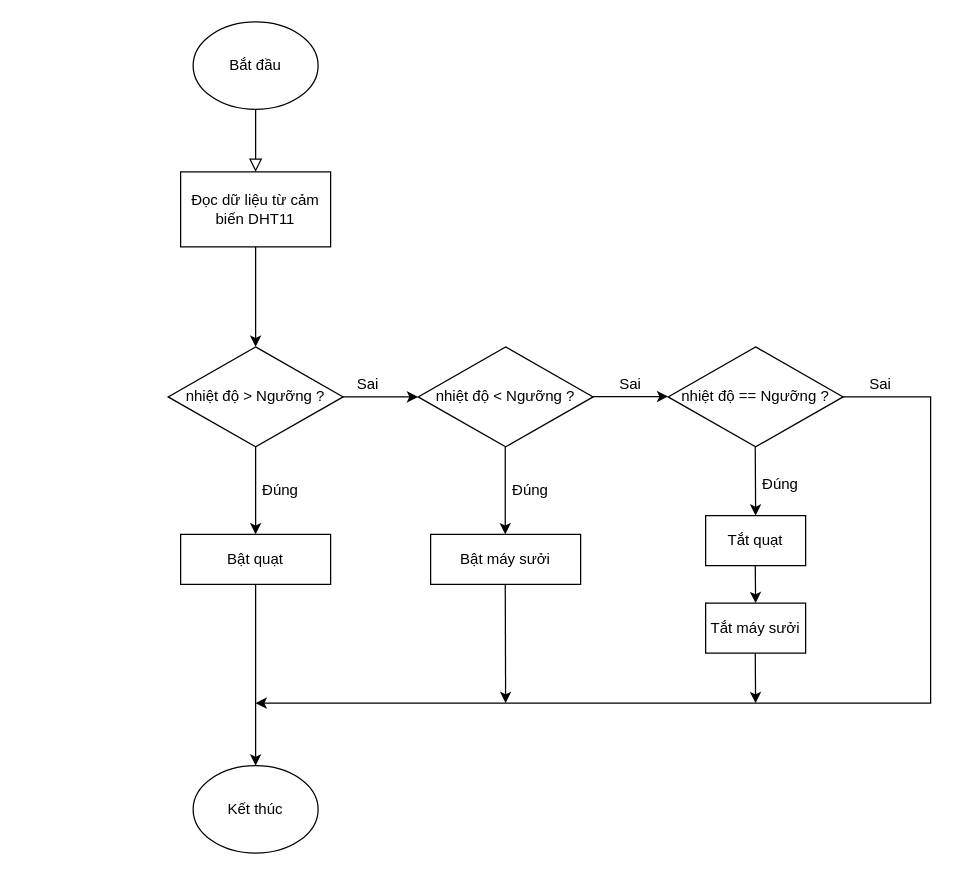
The draw.io diagram block_diagram/flowchart_dknhietdochuong.drawio in imvietp/Final_Thesis, before the edit. Source tidied: cells renumbered, new cells numbered last; positions are measured from the earlier drawing's top-left corner, leaving out a move shared by most shapes. Both pictures are drawn from the tidied source at 125%, with x=0, y=0 at pixel (168, 21).
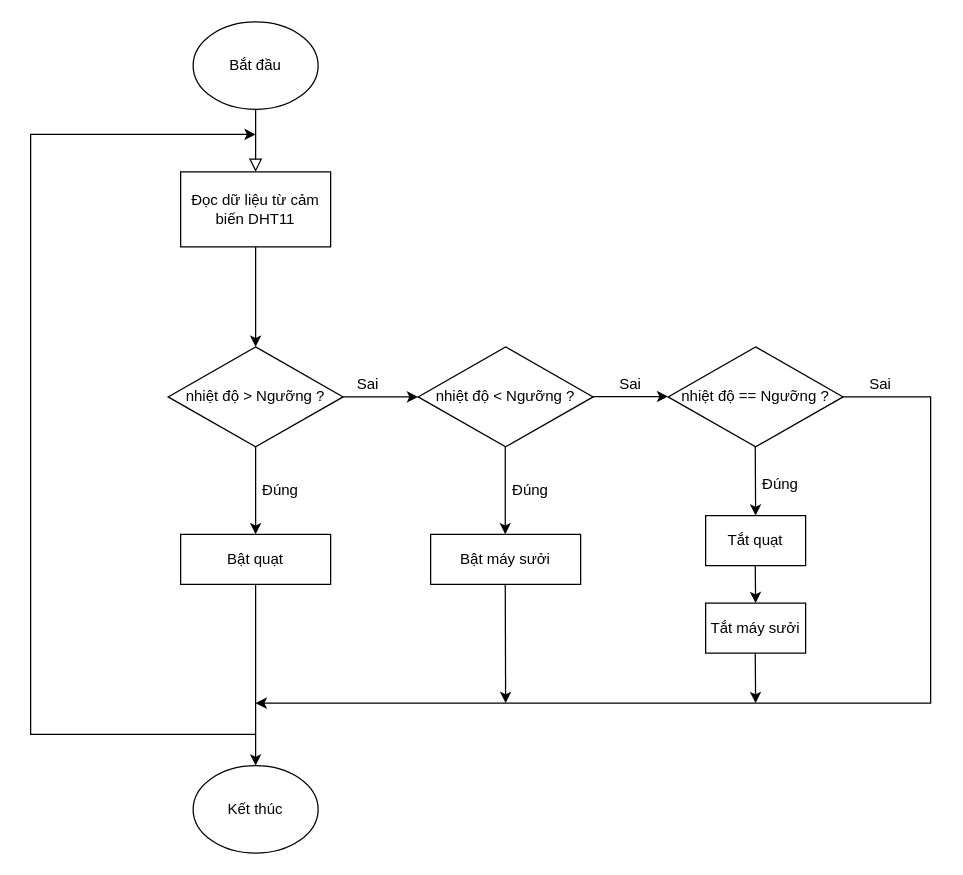
The same page after the edit.

What changed in the source:
```diff
@@
+    <mxCell id="30" style="endArrow=classic;html=1;rounded=0;" parent="1" edge="1">
+      <mxGeometry relative="1" as="geometry">
+        <mxPoint x="70" y="570" as="sourcePoint" />
+        <mxPoint x="70" y="90" as="targetPoint" />
+        <Array as="points">
+          <mxPoint x="-110" y="570" />
+          <mxPoint x="-110" y="90" />
+        </Array>
+      </mxGeometry>
+    </mxCell>
```
